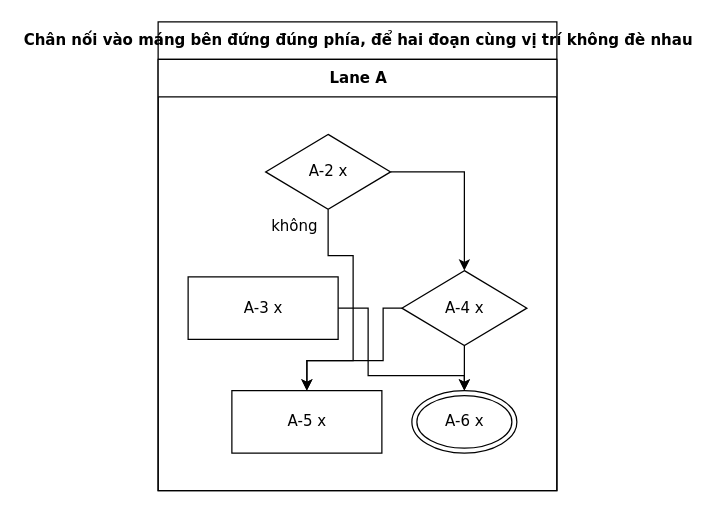
The draw.io diagram conformance/golden/optimize/cases-89-route-gutter-stub-side.drawio in luytbq/flowcast, before the edit. Source tidied: cells renumbered, new cells numbered last; positions are measured from the earlier drawing's top-left corner, leaving out a move shared by most shapes. Both pictures are drawn from the tidied source at 125%, with x=0, y=0 at pixel (158, 21).
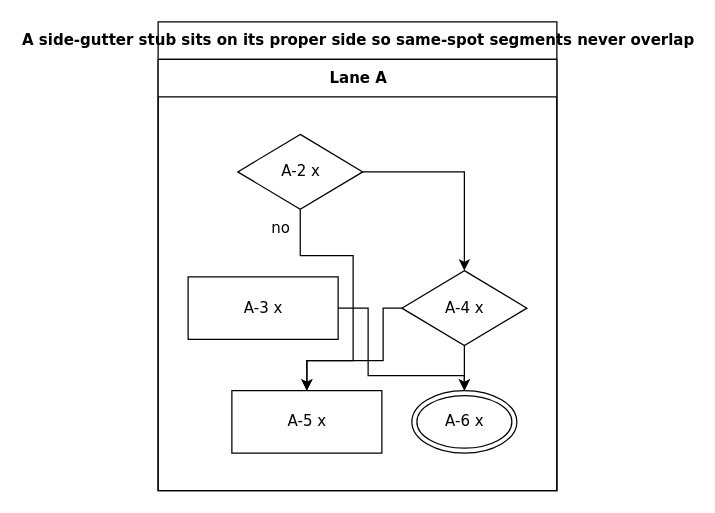
The same diagram, later.

The change refers to these unchanged cells:
```xml
<mxCell id="3" value="Lane A" style="swimlane;html=1;startSize=30;fontFamily=Verdana;fontSize=12;flowtable=1;" parent="2" vertex="1">
  <mxGeometry y="30" width="319" height="345" as="geometry" />
</mxCell>
<mxCell id="7" value="A-5 x" style="rounded=0;html=1;fontFamily=Verdana;fontSize=12;flowtable=1;" parent="3" vertex="1">
  <mxGeometry x="59" y="265" width="120" height="50" as="geometry" />
</mxCell>
```

What changed in the source:
```diff
@@
-    <mxCell id="2" value="Chân nối vào máng bên đứng đúng phía, để hai đoạn cùng vị trí không đè nhau" style="swimlane;html=1;startSize=30;fontStyle=1;fontFamily=Verdana;fontSize=12;flowtable=1;" parent="1" vertex="1">
+    <mxCell id="2" value="A side-gutter stub sits on its proper side so same-spot segments never overlap" style="swimlane;html=1;startSize=30;fontStyle=1;fontFamily=Verdana;fontSize=12;flowtable=1;" parent="1" vertex="1">
       <mxGeometry width="319" height="375" as="geometry" />
     </mxCell>
@@
     <mxCell id="4" value="A-2 x" style="rhombus;html=1;fontFamily=Verdana;fontSize=12;flowtable=1;" parent="3" vertex="1">
-      <mxGeometry x="86" y="60" width="100" height="60" as="geometry" />
+      <mxGeometry x="63.7" y="60" width="100" height="60" as="geometry" />
     </mxCell>
@@
-    <mxCell id="10" value="không" style="edgeStyle=orthogonalEdgeStyle;rounded=0;jettySize=auto;html=1;labelBackgroundColor=default;exitX=0.5;exitY=1;exitDx=0;exitDy=0;entryX=0.5;entryY=0;entryDx=0;entryDy=0;fontFamily=Verdana;fontSize=12;flowtable=1;" parent="2" edge="1" source="4" target="7">
-      <mxGeometry x="-0.86" relative="1" as="geometry">
+    <mxCell id="10" value="no" style="edgeStyle=orthogonalEdgeStyle;rounded=0;jettySize=auto;html=1;labelBackgroundColor=default;exitX=0.5;exitY=1;exitDx=0;exitDy=0;entryX=0.5;entryY=0;entryDx=0;entryDy=0;fontFamily=Verdana;fontSize=12;flowtable=1;" parent="2" edge="1" source="4" target="7">
+      <mxGeometry x="-0.87" relative="1" as="geometry">
         <Array as="points">
-          <mxPoint x="136" y="187" />
+          <mxPoint x="113.7" y="187" />
           <mxPoint x="156" y="187" />
           <mxPoint x="156" y="271" />
           <mxPoint x="119" y="271" />
         </Array>
-        <mxPoint x="-27.4" as="offset" />
+        <mxPoint x="-16.2" as="offset" />
       </mxGeometry>
     </mxCell>
```
